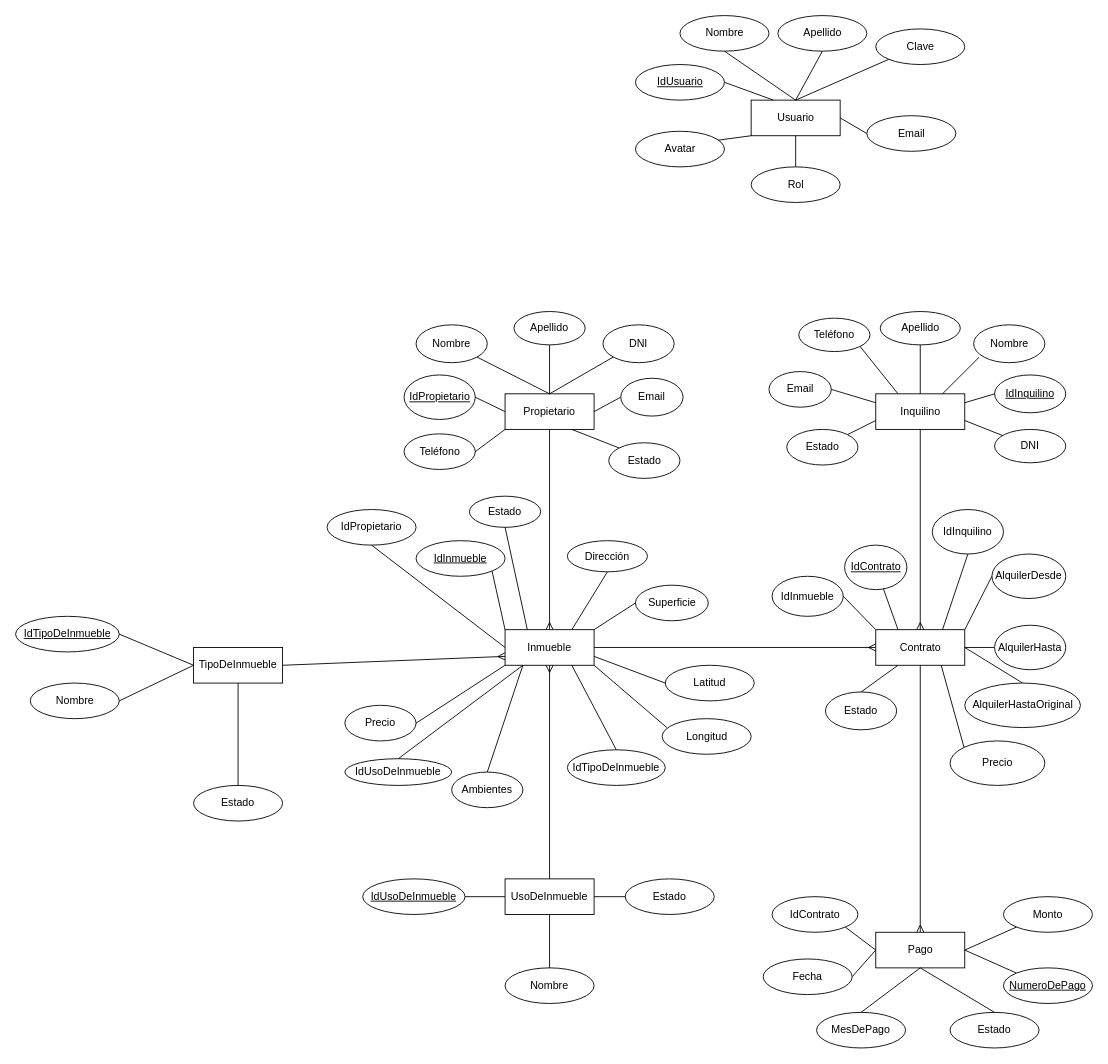
Earlier version of the draw.io diagram DER InmobiliariaBaigorriaDiaz.drawio (EzequielDiaz777/inmobiliariaBaigorriaDiaz). Source tidied: cells renumbered, new cells numbered last; positions are measured from the earlier drawing's top-left corner, leaving out a move shared by most shapes. Both pictures are drawn from the tidied source at 89%, with x=0, y=0 at pixel (15, 15).
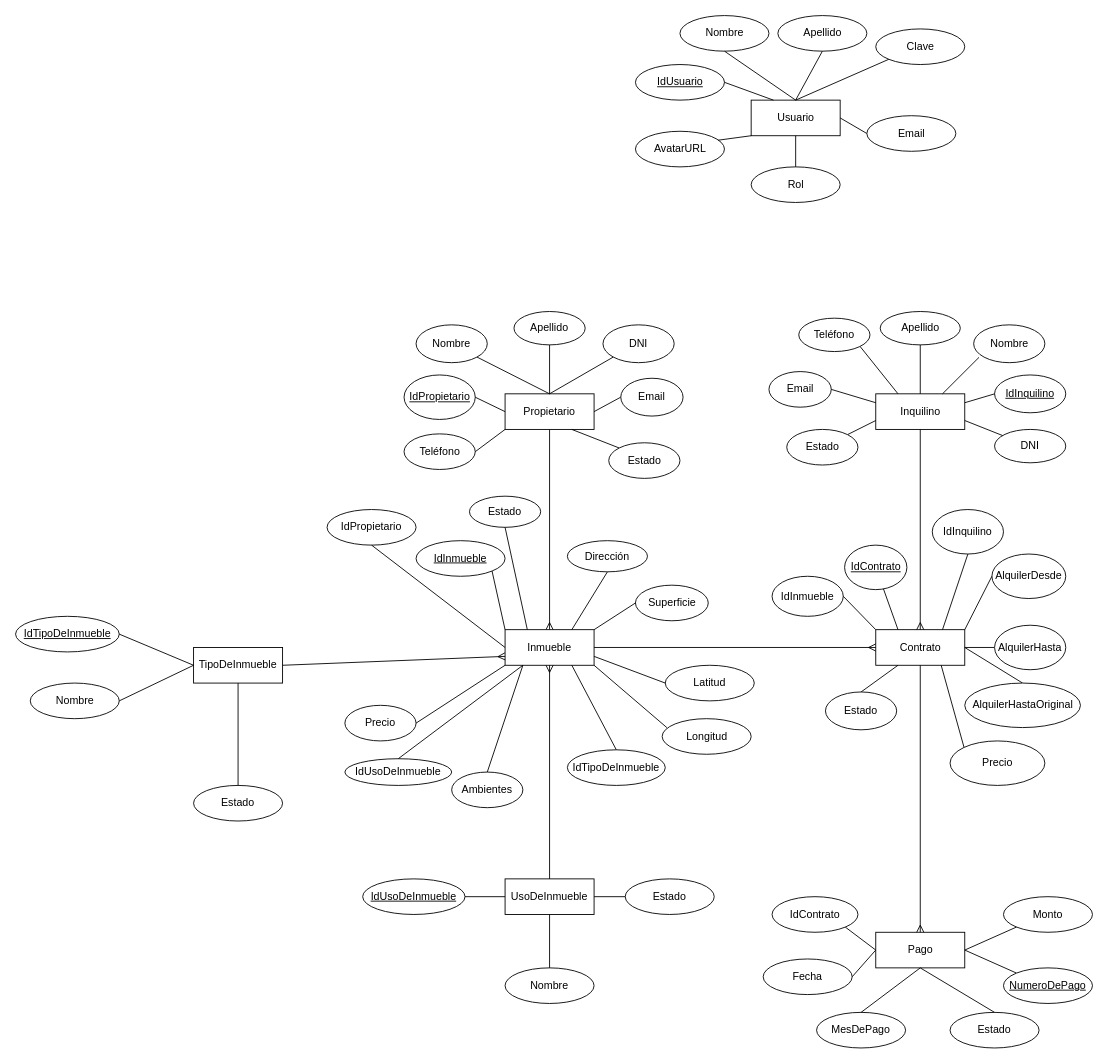
The same page after the edit.

What changed in the source:
```diff
@@
-    <mxCell id="75" value="Avatar" style="ellipse;whiteSpace=wrap;html=1;align=center;fontStyle=0;" parent="1" vertex="1">
+    <mxCell id="75" value="AvatarURL" style="ellipse;whiteSpace=wrap;html=1;align=center;fontStyle=0;" parent="1" vertex="1">
       <mxGeometry x="696.5" y="130" width="100" height="40" as="geometry" />
     </mxCell>
```
